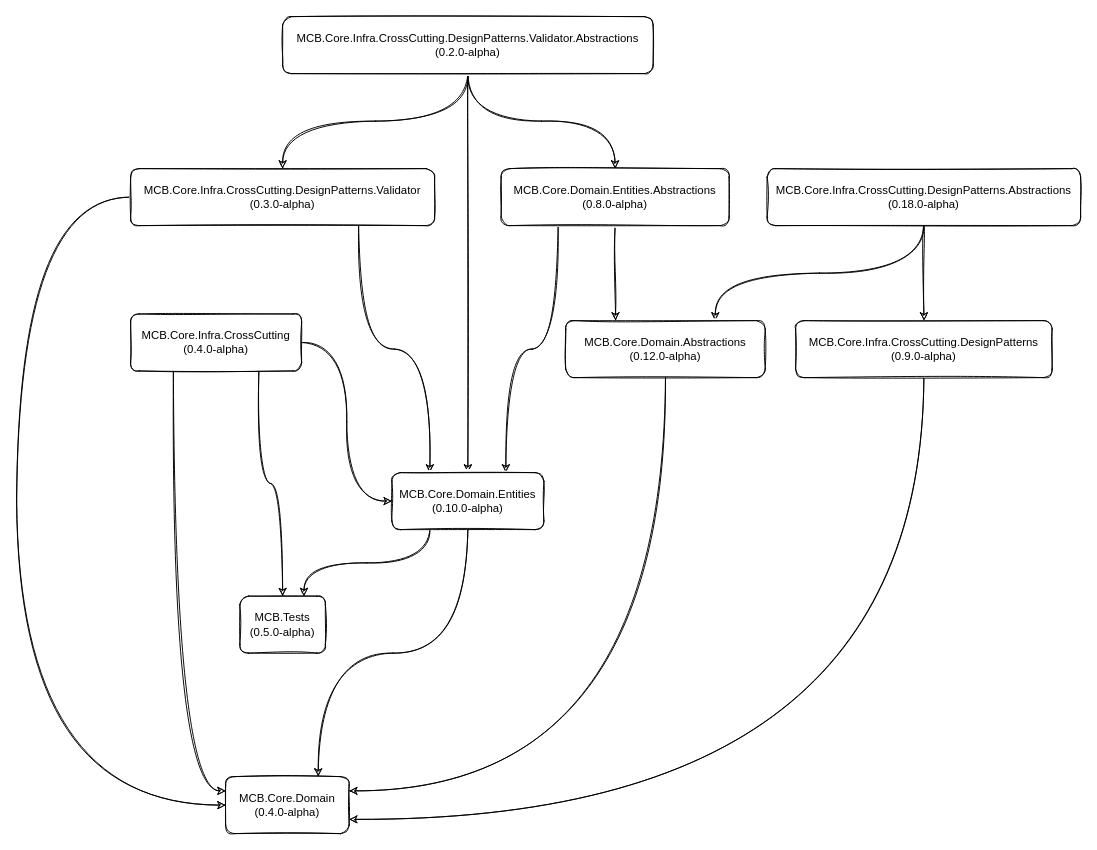
Before: Core/diagrams/core-overview.drawio in MarceloCas/Docs, a draw.io diagram. Source tidied: cells renumbered, new cells numbered last; positions are measured from the earlier drawing's top-left corner, leaving out a move shared by most shapes. Both pictures are drawn from the tidied source at 95%, with x=0, y=0 at pixel (16, 16).
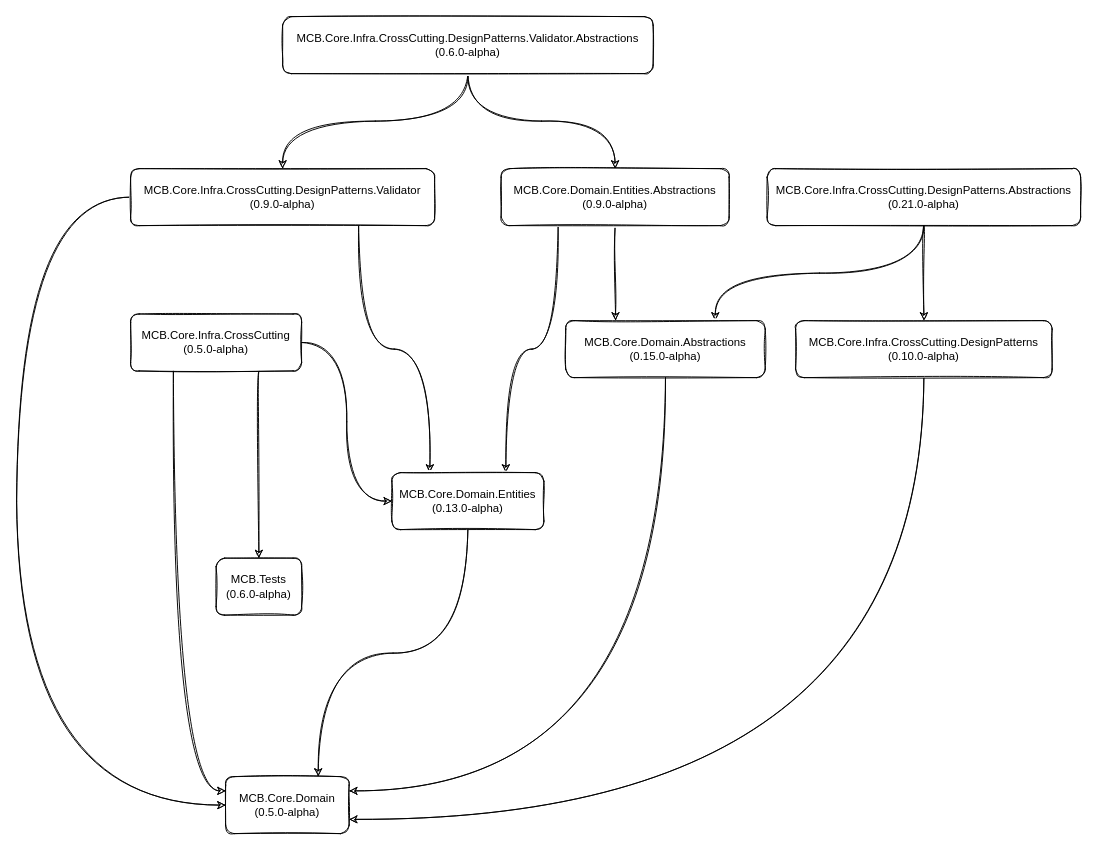
The same page after the edit.

The edit, as a diff of the source:
```diff
@@
-    <mxCell id="5" value="MCB.Core.Infra.CrossCutting&lt;br&gt;(0.4.0-alpha)" style="rounded=1;whiteSpace=wrap;html=1;sketch=1;" parent="1" vertex="1">
+    <mxCell id="5" value="MCB.Core.Infra.CrossCutting&lt;br&gt;(0.5.0-alpha)" style="rounded=1;whiteSpace=wrap;html=1;sketch=1;" parent="1" vertex="1">
       <mxGeometry x="120" y="313" width="180" height="60" as="geometry" />
     </mxCell>
@@
-    <mxCell id="8" value="MCB.Core.Infra.CrossCutting.DesignPatterns.Abstractions&lt;br&gt;(0.18.0-alpha)" style="rounded=1;whiteSpace=wrap;html=1;sketch=1;" parent="1" vertex="1">
+    <mxCell id="8" value="MCB.Core.Infra.CrossCutting.DesignPatterns.Abstractions&lt;br&gt;(0.21.0-alpha)" style="rounded=1;whiteSpace=wrap;html=1;sketch=1;" parent="1" vertex="1">
       <mxGeometry x="790" y="160" width="330" height="60" as="geometry" />
     </mxCell>
@@
-    <mxCell id="10" value="MCB.Core.Infra.CrossCutting.DesignPatterns&lt;br&gt;(0.9.0-alpha)" style="rounded=1;whiteSpace=wrap;html=1;sketch=1;" parent="1" vertex="1">
+    <mxCell id="10" value="MCB.Core.Infra.CrossCutting.DesignPatterns&lt;br&gt;(0.10.0-alpha)" style="rounded=1;whiteSpace=wrap;html=1;sketch=1;" parent="1" vertex="1">
       <mxGeometry x="820" y="320" width="270" height="60" as="geometry" />
     </mxCell>
@@
-    <mxCell id="13" style="edgeStyle=orthogonalEdgeStyle;rounded=1;jettySize=auto;html=1;exitX=0.5;exitY=1;exitDx=0;exitDy=0;entryX=0.5;entryY=0;entryDx=0;entryDy=0;sketch=1;curved=1;" parent="1" edge="1" source="14" target="26">
-      <mxGeometry relative="1" as="geometry" />
-    </mxCell>
-    <mxCell id="14" value="MCB.Core.Infra.CrossCutting.DesignPatterns.Validator.Abstractions&lt;br&gt;(0.2.0-alpha)" style="rounded=1;whiteSpace=wrap;html=1;sketch=1;" parent="1" vertex="1">
+    <mxCell id="14" value="MCB.Core.Infra.CrossCutting.DesignPatterns.Validator.Abstractions&lt;br&gt;(0.6.0-alpha)" style="rounded=1;whiteSpace=wrap;html=1;sketch=1;" parent="1" vertex="1">
       <mxGeometry x="280" width="390" height="60" as="geometry" />
     </mxCell>
@@
-    <mxCell id="17" value="MCB.Core.Infra.CrossCutting.DesignPatterns.Validator&lt;br&gt;(0.3.0-alpha)" style="rounded=1;whiteSpace=wrap;html=1;sketch=1;" parent="1" vertex="1">
+    <mxCell id="17" value="MCB.Core.Infra.CrossCutting.DesignPatterns.Validator&lt;br&gt;(0.9.0-alpha)" style="rounded=1;whiteSpace=wrap;html=1;sketch=1;" parent="1" vertex="1">
       <mxGeometry x="120" y="160" width="320" height="60" as="geometry" />
     </mxCell>
@@
-    <mxCell id="20" value="MCB.Core.Domain.Entities.Abstractions&lt;br&gt;(0.8.0-alpha)" style="rounded=1;whiteSpace=wrap;html=1;sketch=1;" parent="1" vertex="1">
+    <mxCell id="20" value="MCB.Core.Domain.Entities.Abstractions&lt;br&gt;(0.9.0-alpha)" style="rounded=1;whiteSpace=wrap;html=1;sketch=1;" parent="1" vertex="1">
       <mxGeometry x="510" y="160" width="240" height="60" as="geometry" />
     </mxCell>
@@
-    <mxCell id="22" value="MCB.Core.Domain.Abstractions&lt;br&gt;(0.12.0-alpha)" style="rounded=1;whiteSpace=wrap;html=1;sketch=1;" parent="1" vertex="1">
+    <mxCell id="22" value="MCB.Core.Domain.Abstractions&lt;br&gt;(0.15.0-alpha)" style="rounded=1;whiteSpace=wrap;html=1;sketch=1;" parent="1" vertex="1">
       <mxGeometry x="578" y="320" width="210" height="60" as="geometry" />
     </mxCell>
-    <mxCell id="23" value="MCB.Core.Domain&lt;br&gt;(0.4.0-alpha)" style="rounded=1;whiteSpace=wrap;html=1;sketch=1;" parent="1" vertex="1">
+    <mxCell id="23" value="MCB.Core.Domain&lt;br&gt;(0.5.0-alpha)" style="rounded=1;whiteSpace=wrap;html=1;sketch=1;" parent="1" vertex="1">
       <mxGeometry x="220" y="800" width="130" height="60" as="geometry" />
     </mxCell>
@@
-    <mxCell id="25" style="edgeStyle=orthogonalEdgeStyle;rounded=1;jettySize=auto;html=1;exitX=0.25;exitY=1;exitDx=0;exitDy=0;entryX=0.75;entryY=0;entryDx=0;entryDy=0;sketch=1;curved=1;" parent="1" edge="1" source="26" target="27">
-      <mxGeometry relative="1" as="geometry" />
-    </mxCell>
-    <mxCell id="26" value="MCB.Core.Domain.Entities&lt;br&gt;(0.10.0-alpha)" style="rounded=1;whiteSpace=wrap;html=1;sketch=1;" parent="1" vertex="1">
+    <mxCell id="26" value="MCB.Core.Domain.Entities&lt;br&gt;(0.13.0-alpha)" style="rounded=1;whiteSpace=wrap;html=1;sketch=1;" parent="1" vertex="1">
       <mxGeometry x="395" y="480" width="160" height="60" as="geometry" />
     </mxCell>
-    <mxCell id="27" value="MCB.Tests&lt;br&gt;(0.5.0-alpha)" style="rounded=1;whiteSpace=wrap;html=1;sketch=1;" parent="1" vertex="1">
-      <mxGeometry x="235" y="610" width="90" height="60" as="geometry" />
+    <mxCell id="27" value="MCB.Tests&lt;br&gt;(0.6.0-alpha)" style="rounded=1;whiteSpace=wrap;html=1;sketch=1;" parent="1" vertex="1">
+      <mxGeometry x="210" y="570" width="90" height="60" as="geometry" />
     </mxCell>
```
